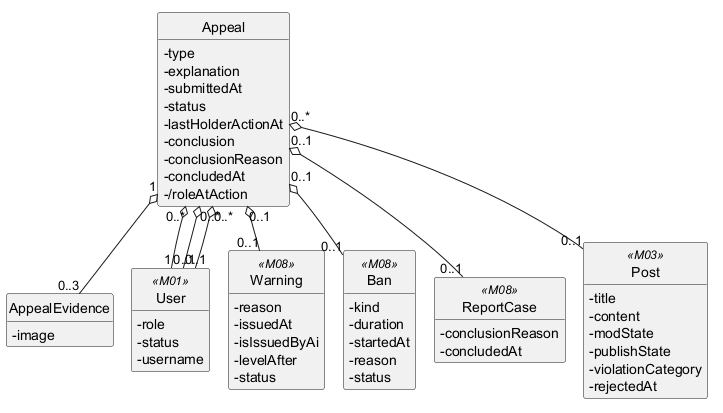
This is .agents/.claude/system_analysis/output/data-model/ec/diagrams/EC-M09.png from ducsiukap/iShare, a PlantUML export, as it was before one commit.
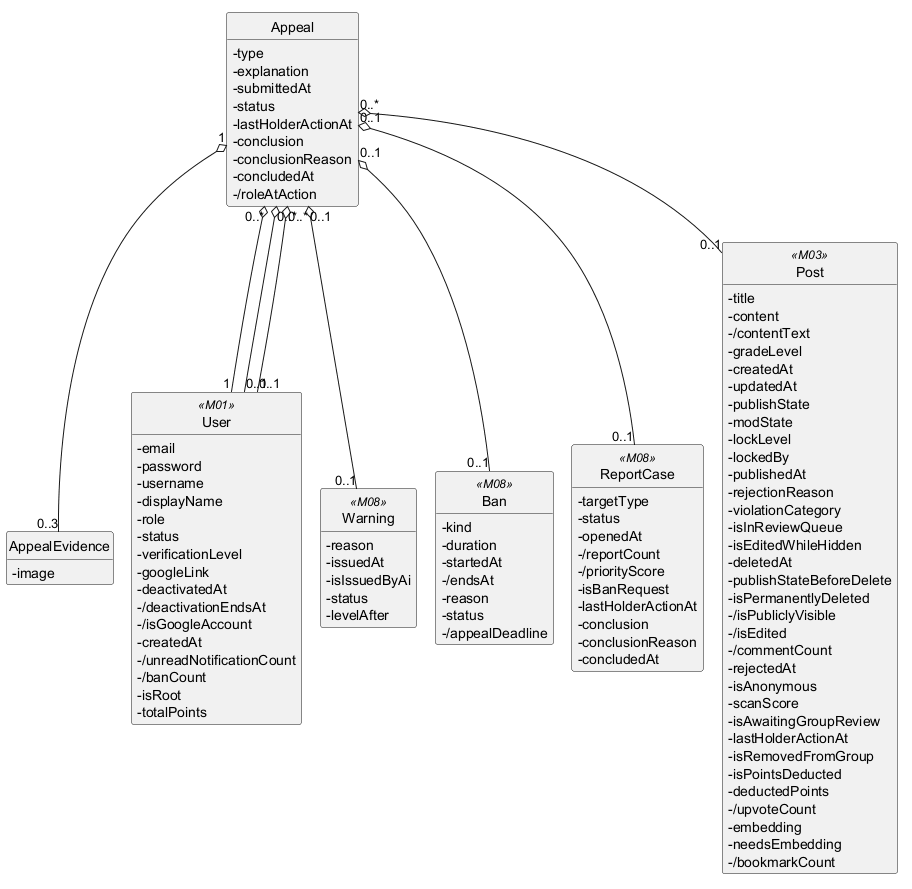
The same diagram one commit later.

What changed in the source:
```diff
@@ -19,35 +19,85 @@
   -image
 }
 class User <<M01>> {
+  -email
+  -password
+  -username
+  -displayName
   -role
   -status
-  -username
+  -verificationLevel
+  -googleLink
+  -deactivatedAt
+  -/deactivationEndsAt
+  -/isGoogleAccount
+  -createdAt
+  -/unreadNotificationCount
+  -/banCount
+  -isRoot
+  -totalPoints
 }
 class Warning <<M08>> {
   -reason
   -issuedAt
   -isIssuedByAi
+  -status
   -levelAfter
-  -status
 }
 class Ban <<M08>> {
   -kind
   -duration
   -startedAt
+  -/endsAt
   -reason
   -status
+  -/appealDeadline
 }
 class ReportCase <<M08>> {
+  -targetType
+  -status
+  -openedAt
+  -/reportCount
+  -/priorityScore
+  -isBanRequest
+  -lastHolderActionAt
+  -conclusion
   -conclusionReason
   -concludedAt
 }
 class Post <<M03>> {
   -title
   -content
+  -/contentText
+  -gradeLevel
+  -createdAt
+  -updatedAt
+  -publishState
   -modState
-  -publishState
+  -lockLevel
+  -lockedBy
+  -publishedAt
+  -rejectionReason
   -violationCategory
+  -isInReviewQueue
+  -isEditedWhileHidden
+  -deletedAt
+  -publishStateBeforeDelete
+  -isPermanentlyDeleted
+  -/isPubliclyVisible
+  -/isEdited
+  -/commentCount
   -rejectedAt
+  -isAnonymous
+  -scanScore
+  -isAwaitingGroupReview
+  -lastHolderActionAt
+  -isRemovedFromGroup
+  -isPointsDeducted
+  -deductedPoints
+  -/upvoteCount
+  -embedding
+  -needsEmbedding
+  -/bookmarkCount
 }
 
 Appeal "1" o-- "0..3" AppealEvidence
```
